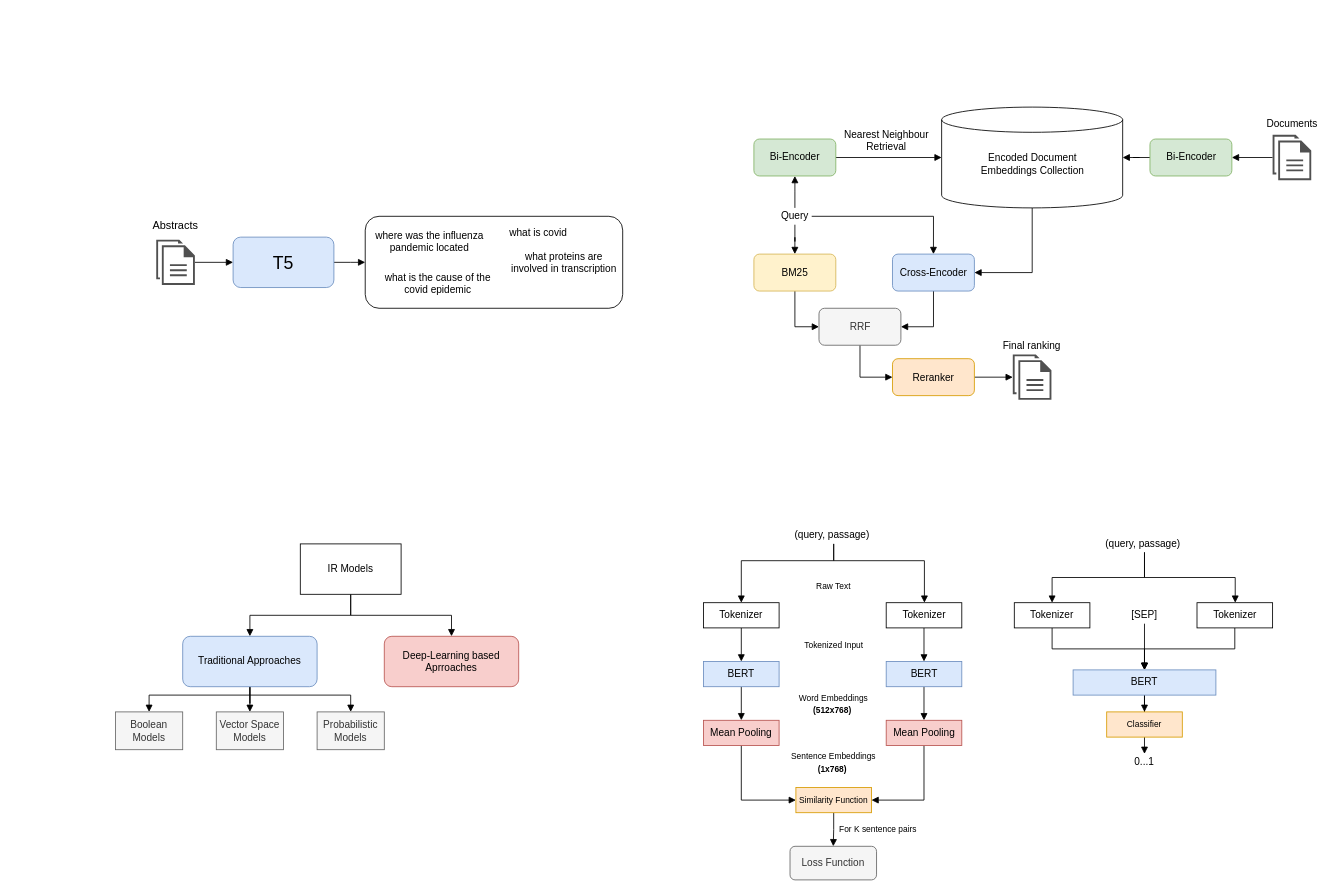
This is figures/Model.drawio from thatsnoi/CovidSearch, a draw.io file, before an edit. Source tidied: cells renumbered, new cells numbered last; positions are measured from the earlier drawing's top-left corner, leaving out a move shared by most shapes. Both pictures are drawn from the tidied source at 84%, with x=0, y=0 at pixel (115, 107).
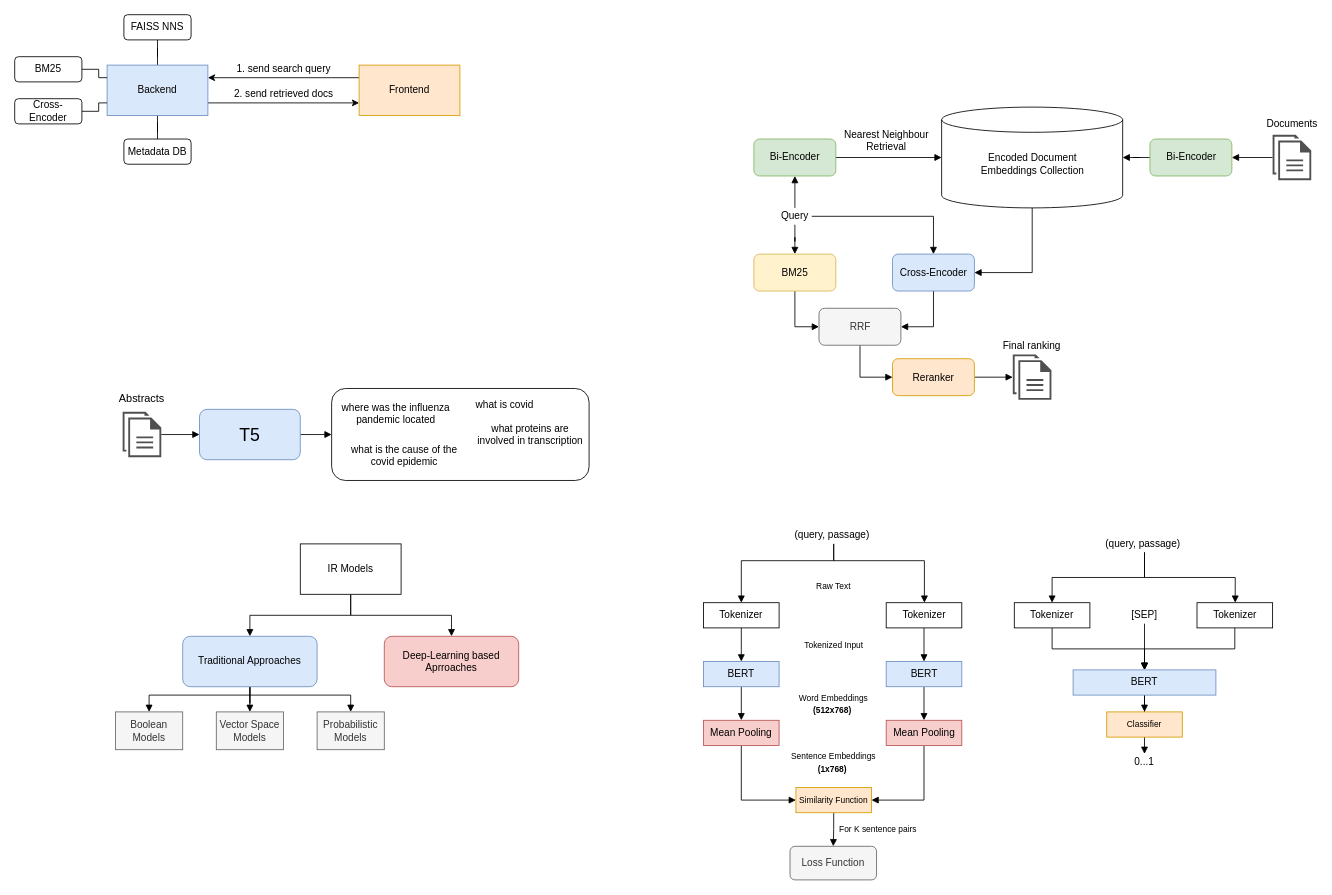
Above is the later version.

Diff of the diagram source:
```diff
@@
     <mxCell id="3" value="&lt;font style=&quot;font-size: 21px&quot;&gt;T5&lt;/font&gt;" style="rounded=1;whiteSpace=wrap;html=1;fillColor=#dae8fc;strokeColor=#6c8ebf;" parent="1" vertex="1">
-      <mxGeometry x="140" y="154.8" width="120" height="60" as="geometry" />
+      <mxGeometry x="100" y="359.8" width="120" height="60" as="geometry" />
     </mxCell>
@@
     <mxCell id="5" style="shadow=0;dashed=0;html=1;strokeColor=none;fillColor=#505050;labelPosition=center;verticalLabelPosition=bottom;verticalAlign=top;outlineConnect=0;align=center;shape=mxgraph.office.concepts.documents;" parent="1" vertex="1">
-      <mxGeometry x="48.5" y="157.8" width="46" height="54" as="geometry" />
+      <mxGeometry x="8.5" y="362.8" width="46" height="54" as="geometry" />
     </mxCell>
     <mxCell id="6" value="&lt;font style=&quot;font-size: 13px&quot;&gt;Abstracts&lt;/font&gt;" style="text;html=1;strokeColor=none;fillColor=none;align=center;verticalAlign=middle;whiteSpace=wrap;rounded=0;" parent="1" vertex="1">
-      <mxGeometry x="40" y="130.5" width="63" height="20" as="geometry" />
+      <mxGeometry y="335.5" width="63" height="20" as="geometry" />
     </mxCell>
@@
     <mxCell id="63" style="group;" parent="1" vertex="1">
-      <mxGeometry x="288.5" y="130" width="315.2" height="109.5" as="geometry" />
+      <mxGeometry x="248.5" y="335" width="315.2" height="109.5" as="geometry" />
     </mxCell>
@@
+    <mxCell id="86" style="edgeStyle=orthogonalEdgeStyle;rounded=0;jettySize=auto;html=1;entryX=1;entryY=0.25;entryDx=0;entryDy=0;" parent="1" edge="1" source="87" target="91">
+      <mxGeometry relative="1" as="geometry">
+        <Array as="points">
+          <mxPoint x="160" y="-35" />
+          <mxPoint x="160" y="-35" />
+        </Array>
+      </mxGeometry>
+    </mxCell>
+    <mxCell id="87" value="Frontend" style="rounded=0;whiteSpace=wrap;html=1;fillColor=#ffe6cc;strokeColor=#d79b00;" parent="1" vertex="1">
+      <mxGeometry x="290" y="-50" width="120" height="60" as="geometry" />
+    </mxCell>
+    <mxCell id="88" style="edgeStyle=orthogonalEdgeStyle;rounded=0;jettySize=auto;html=1;exitX=1;exitY=0.75;exitDx=0;exitDy=0;entryX=0;entryY=0.75;entryDx=0;entryDy=0;" parent="1" edge="1" source="91" target="87">
+      <mxGeometry relative="1" as="geometry" />
+    </mxCell>
+    <mxCell id="89" style="edgeStyle=orthogonalEdgeStyle;rounded=0;jettySize=auto;html=1;entryX=0.5;entryY=1;entryDx=0;entryDy=0;endArrow=none;endFill=0;" parent="1" edge="1" source="91" target="93">
+      <mxGeometry relative="1" as="geometry" />
+    </mxCell>
+    <mxCell id="90" style="edgeStyle=orthogonalEdgeStyle;rounded=0;jettySize=auto;html=1;endArrow=none;endFill=0;" parent="1" edge="1" source="91" target="96">
+      <mxGeometry relative="1" as="geometry" />
+    </mxCell>
+    <mxCell id="91" value="Backend" style="rounded=0;whiteSpace=wrap;html=1;fillColor=#dae8fc;strokeColor=#6c8ebf;" parent="1" vertex="1">
+      <mxGeometry x="-10" y="-50" width="120" height="60" as="geometry" />
+    </mxCell>
+    <mxCell id="92" value="1. send search query" style="text;html=1;align=center;verticalAlign=middle;strokeColor=none;fillColor=none;" parent="1" vertex="1">
+      <mxGeometry x="130" y="-60" width="140" height="30" as="geometry" />
+    </mxCell>
+    <mxCell id="93" value="FAISS NNS" style="rounded=1;whiteSpace=wrap;html=1;" parent="1" vertex="1">
+      <mxGeometry x="10" y="-110" width="80" height="30" as="geometry" />
+    </mxCell>
+    <mxCell id="94" style="edgeStyle=orthogonalEdgeStyle;rounded=0;jettySize=auto;html=1;entryX=0;entryY=0.75;entryDx=0;entryDy=0;endArrow=none;endFill=0;" parent="1" edge="1" source="95" target="91">
+      <mxGeometry relative="1" as="geometry" />
+    </mxCell>
+    <mxCell id="95" value="Cross-Encoder" style="rounded=1;whiteSpace=wrap;html=1;" parent="1" vertex="1">
+      <mxGeometry x="-120" y="-10" width="80" height="30" as="geometry" />
+    </mxCell>
+    <mxCell id="96" value="Metadata DB" style="rounded=1;whiteSpace=wrap;html=1;" parent="1" vertex="1">
+      <mxGeometry x="10" y="38" width="80" height="30" as="geometry" />
+    </mxCell>
+    <mxCell id="97" value="2. send retrieved docs" style="text;html=1;align=center;verticalAlign=middle;strokeColor=none;fillColor=none;" parent="1" vertex="1">
+      <mxGeometry x="130" y="-30" width="140" height="30" as="geometry" />
+    </mxCell>
+    <mxCell id="98" style="edgeStyle=orthogonalEdgeStyle;rounded=0;jettySize=auto;html=1;entryX=0;entryY=0.25;entryDx=0;entryDy=0;endArrow=none;endFill=0;" parent="1" edge="1" source="99" target="91">
+      <mxGeometry relative="1" as="geometry" />
+    </mxCell>
+    <mxCell id="99" value="BM25" style="rounded=1;whiteSpace=wrap;html=1;" parent="1" vertex="1">
+      <mxGeometry x="-120" y="-60" width="80" height="30" as="geometry" />
+    </mxCell>
```
